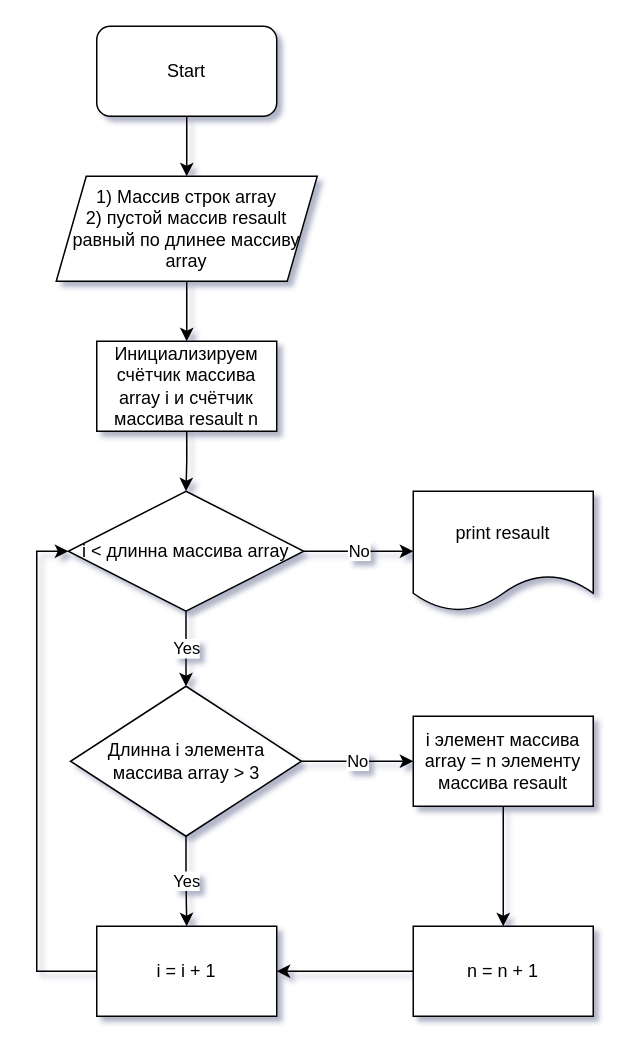
MarkusLinV/- keeps this draw.io diagram as Blok-shema.drawio. Above is the earlier version. Source tidied: cells renumbered, new cells numbered last; positions are measured from the earlier drawing's top-left corner, leaving out a move shared by most shapes. Both pictures are drawn from the tidied source at 150%, with x=0, y=0 at pixel (36, 26).
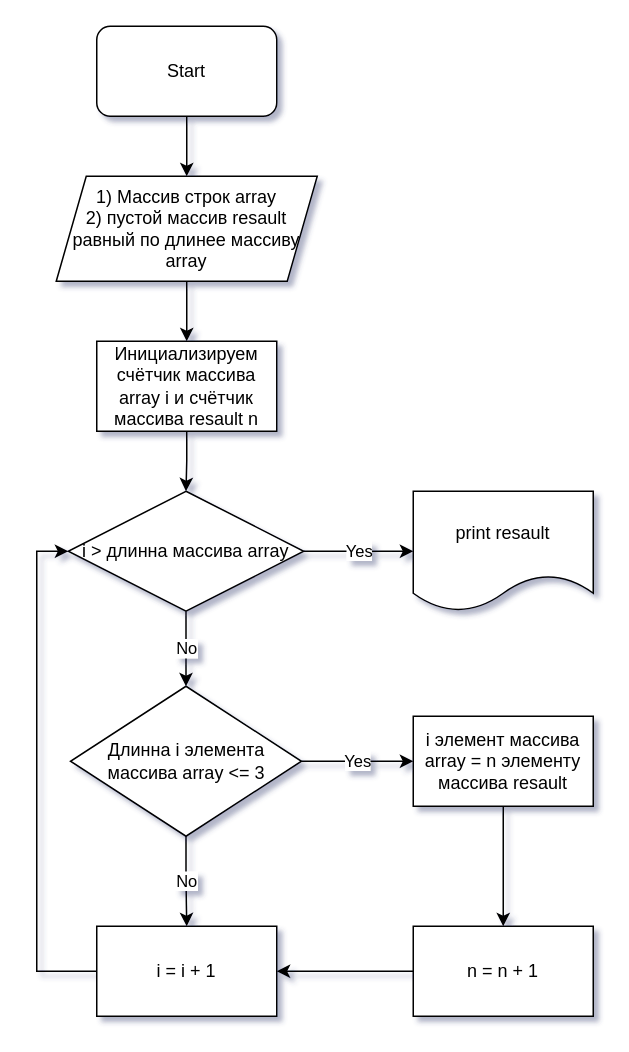
The same page after the edit.

Commit message (it also covers changes not shown here):
Написал и протестировал решение в файле Programm.cs

The change refers to these unchanged cells:
```xml
<mxCell id="10" value="i элемент массива array = n элементу массива resault" style="rounded=0;whiteSpace=wrap;html=1;" parent="1" vertex="1">
  <mxGeometry x="251" y="460" width="120" height="60" as="geometry" />
</mxCell>
<mxCell id="17" value="i = i + 1" style="rounded=0;whiteSpace=wrap;html=1;" parent="1" vertex="1">
  <mxGeometry x="40" y="600" width="120" height="60" as="geometry" />
</mxCell>
<mxCell id="20" value="print resault" style="shape=document;whiteSpace=wrap;html=1;boundedLbl=1;" parent="1" vertex="1">
  <mxGeometry x="251" y="310" width="120" height="80" as="geometry" />
</mxCell>
```

Change to the diagram source:
```diff
@@
-    <mxCell id="6" value="Yes" style="edgeStyle=orthogonalEdgeStyle;rounded=0;jettySize=auto;html=1;entryX=0.5;entryY=0;entryDx=0;entryDy=0;" parent="1" edge="1" source="8" target="17">
-      <mxGeometry relative="1" as="geometry" />
+    <mxCell id="6" value="No" style="edgeStyle=orthogonalEdgeStyle;rounded=0;jettySize=auto;html=1;entryX=0.5;entryY=0;entryDx=0;entryDy=0;" parent="1" edge="1" source="8" target="17">
+      <mxGeometry x="-0.01" relative="1" as="geometry" />
     </mxCell>
-    <mxCell id="7" value="No" style="edgeStyle=orthogonalEdgeStyle;rounded=0;jettySize=auto;html=1;entryX=0;entryY=0.5;entryDx=0;entryDy=0;" parent="1" edge="1" source="8" target="10">
+    <mxCell id="7" value="Yes" style="edgeStyle=orthogonalEdgeStyle;rounded=0;jettySize=auto;html=1;entryX=0;entryY=0.5;entryDx=0;entryDy=0;" parent="1" edge="1" source="8" target="10">
       <mxGeometry relative="1" as="geometry" />
     </mxCell>
-    <mxCell id="8" value="Длинна i элемента массива array &amp;gt; 3" style="rhombus;whiteSpace=wrap;html=1;" parent="1" vertex="1">
+    <mxCell id="8" value="Длинна i элемента массива array &amp;lt;= 3" style="rhombus;whiteSpace=wrap;html=1;" parent="1" vertex="1">
       <mxGeometry x="22.5" y="440" width="154" height="100" as="geometry" />
     </mxCell>
@@
-    <mxCell id="13" value="Yes" style="edgeStyle=orthogonalEdgeStyle;rounded=0;jettySize=auto;html=1;entryX=0.5;entryY=0;entryDx=0;entryDy=0;" parent="1" edge="1" source="15" target="8">
+    <mxCell id="13" value="No" style="edgeStyle=orthogonalEdgeStyle;rounded=0;jettySize=auto;html=1;entryX=0.5;entryY=0;entryDx=0;entryDy=0;" parent="1" edge="1" source="15" target="8">
       <mxGeometry relative="1" as="geometry" />
     </mxCell>
-    <mxCell id="14" value="No" style="edgeStyle=orthogonalEdgeStyle;rounded=0;jettySize=auto;html=1;entryX=0;entryY=0.5;entryDx=0;entryDy=0;" parent="1" edge="1" source="15" target="20">
+    <mxCell id="14" value="Yes" style="edgeStyle=orthogonalEdgeStyle;rounded=0;jettySize=auto;html=1;entryX=0;entryY=0.5;entryDx=0;entryDy=0;" parent="1" edge="1" source="15" target="20">
       <mxGeometry relative="1" as="geometry" />
     </mxCell>
-    <mxCell id="15" value="i &amp;lt; длинна массива array" style="rhombus;whiteSpace=wrap;html=1;" parent="1" vertex="1">
+    <mxCell id="15" value="i &amp;gt; длинна массива array" style="rhombus;whiteSpace=wrap;html=1;" parent="1" vertex="1">
       <mxGeometry x="21" y="310" width="157" height="80" as="geometry" />
     </mxCell>
```
